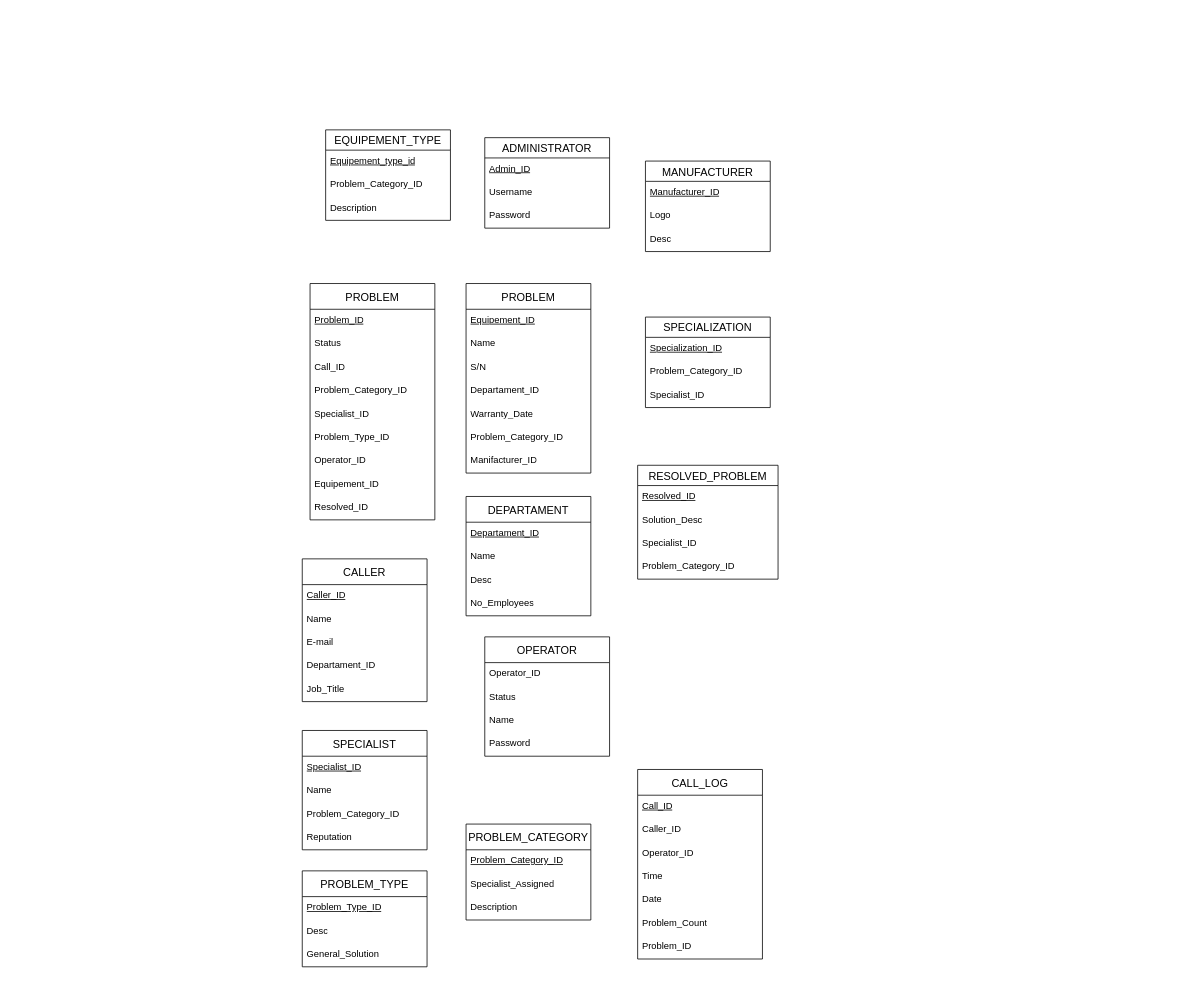
Before: DiagramaER.drawio in a14469oficina/Diagrama, a draw.io diagram. Source tidied: cells renumbered, new cells numbered last; positions are measured from the earlier drawing's top-left corner, leaving out a move shared by most shapes. Both pictures are drawn from the tidied source at 78%, with x=0, y=0 at pixel (302, 129).
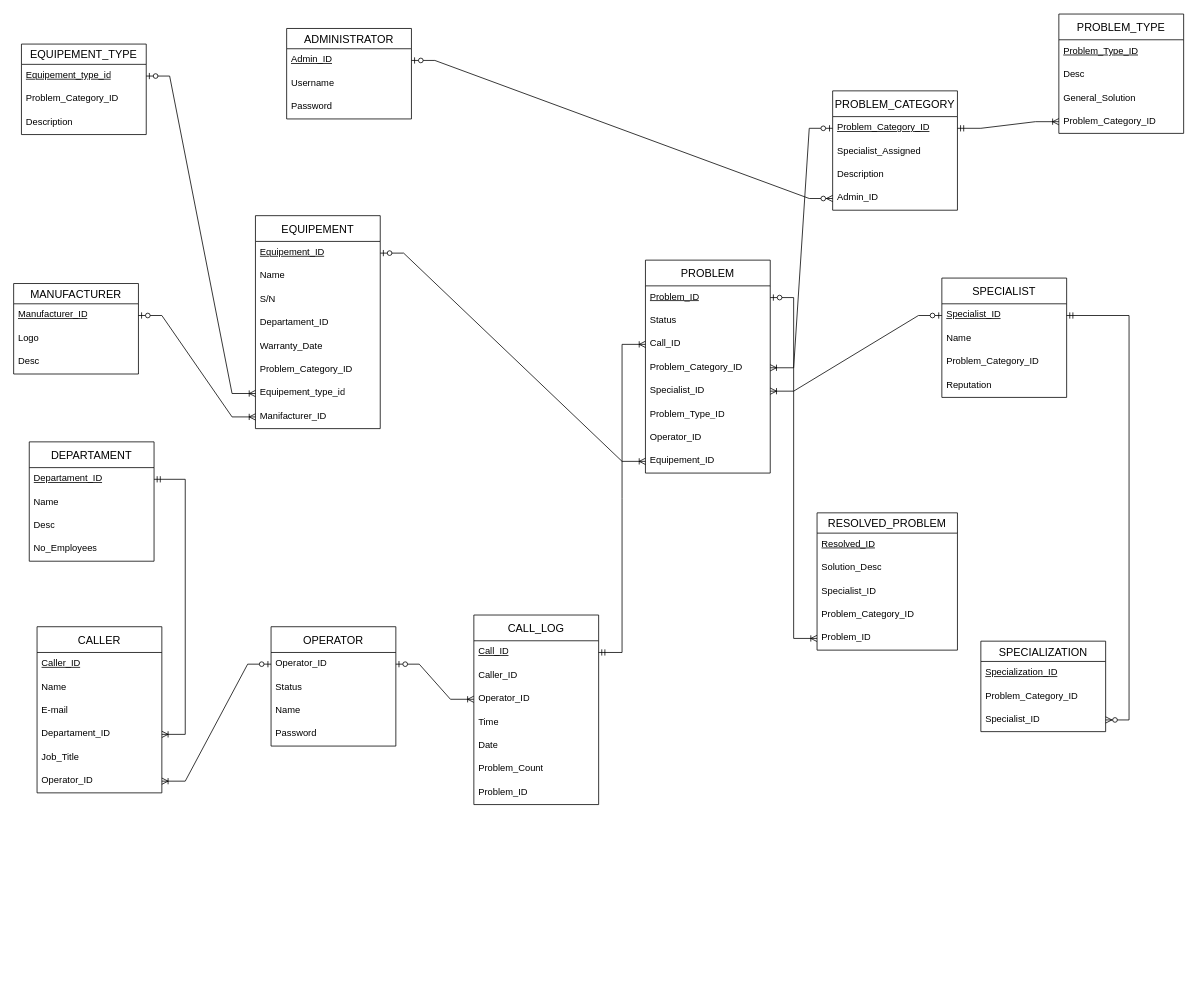
The same diagram, later.

Unchanged cells that the change refers to:
```xml
<mxCell id="3" value="Equipement_type_id" style="text;strokeColor=none;fillColor=none;spacingLeft=4;spacingRight=4;overflow=hidden;points=[[0,0.5],[1,0.5]];portConstraint=eastwest;fontSize=12;whiteSpace=wrap;html=1;fontStyle=4;" parent="2" vertex="1">
  <mxGeometry y="26" width="160" height="30" as="geometry" />
</mxCell>
<mxCell id="7" value="Admin_ID" style="text;strokeColor=none;fillColor=none;spacingLeft=4;spacingRight=4;overflow=hidden;points=[[0,0.5],[1,0.5]];portConstraint=eastwest;fontSize=12;whiteSpace=wrap;html=1;fontStyle=4;" parent="6" vertex="1">
  <mxGeometry y="26" width="160" height="30" as="geometry" />
</mxCell>
<mxCell id="11" value="Manufacturer_ID" style="text;strokeColor=none;fillColor=none;spacingLeft=4;spacingRight=4;overflow=hidden;points=[[0,0.5],[1,0.5]];portConstraint=eastwest;fontSize=12;whiteSpace=wrap;html=1;fontStyle=4;" parent="10" vertex="1">
  <mxGeometry y="26" width="160" height="30" as="geometry" />
</mxCell>
<mxCell id="15" value="Problem_ID" style="text;strokeColor=none;fillColor=none;spacingLeft=4;spacingRight=4;overflow=hidden;points=[[0,0.5],[1,0.5]];portConstraint=eastwest;fontSize=12;whiteSpace=wrap;html=1;fontStyle=4;" parent="14" vertex="1">
  <mxGeometry y="33" width="160" height="30" as="geometry" />
</mxCell>
<mxCell id="17" value="Call_ID" style="text;strokeColor=none;fillColor=none;spacingLeft=4;spacingRight=4;overflow=hidden;points=[[0,0.5],[1,0.5]];portConstraint=eastwest;fontSize=12;whiteSpace=wrap;html=1;" parent="14" vertex="1">
  <mxGeometry y="93" width="160" height="30" as="geometry" />
</mxCell>
<mxCell id="18" value="Problem_Category_ID" style="text;strokeColor=none;fillColor=none;spacingLeft=4;spacingRight=4;overflow=hidden;points=[[0,0.5],[1,0.5]];portConstraint=eastwest;fontSize=12;whiteSpace=wrap;html=1;" parent="14" vertex="1">
  <mxGeometry y="123" width="160" height="30" as="geometry" />
</mxCell>
<mxCell id="19" value="Specialist_ID" style="text;strokeColor=none;fillColor=none;spacingLeft=4;spacingRight=4;overflow=hidden;points=[[0,0.5],[1,0.5]];portConstraint=eastwest;fontSize=12;whiteSpace=wrap;html=1;" parent="14" vertex="1">
  <mxGeometry y="153" width="160" height="30" as="geometry" />
</mxCell>
<mxCell id="22" value="Equipement_ID" style="text;strokeColor=none;fillColor=none;spacingLeft=4;spacingRight=4;overflow=hidden;points=[[0,0.5],[1,0.5]];portConstraint=eastwest;fontSize=12;whiteSpace=wrap;html=1;" parent="14" vertex="1">
  <mxGeometry y="243" width="160" height="30" as="geometry" />
</mxCell>
<mxCell id="27" value="Specialist_ID" style="text;strokeColor=none;fillColor=none;spacingLeft=4;spacingRight=4;overflow=hidden;points=[[0,0.5],[1,0.5]];portConstraint=eastwest;fontSize=12;whiteSpace=wrap;html=1;" parent="24" vertex="1">
  <mxGeometry y="86" width="160" height="30" as="geometry" />
</mxCell>
<mxCell id="34" value="Equipement_ID" style="text;strokeColor=none;fillColor=none;spacingLeft=4;spacingRight=4;overflow=hidden;points=[[0,0.5],[1,0.5]];portConstraint=eastwest;fontSize=12;whiteSpace=wrap;html=1;fontStyle=4;" parent="33" vertex="1">
  <mxGeometry y="33" width="160" height="30" as="geometry" />
</mxCell>
<mxCell id="42" value="Departament_ID" style="text;strokeColor=none;fillColor=none;spacingLeft=4;spacingRight=4;overflow=hidden;points=[[0,0.5],[1,0.5]];portConstraint=eastwest;fontSize=12;whiteSpace=wrap;html=1;fontStyle=4;" parent="41" vertex="1">
  <mxGeometry y="33" width="160" height="30" as="geometry" />
</mxCell>
<mxCell id="50" value="Departament_ID" style="text;strokeColor=none;fillColor=none;spacingLeft=4;spacingRight=4;overflow=hidden;points=[[0,0.5],[1,0.5]];portConstraint=eastwest;fontSize=12;whiteSpace=wrap;html=1;" parent="46" vertex="1">
  <mxGeometry y="123" width="160" height="30" as="geometry" />
</mxCell>
<mxCell id="53" value="Operator_ID" style="text;strokeColor=none;fillColor=none;spacingLeft=4;spacingRight=4;overflow=hidden;points=[[0,0.5],[1,0.5]];portConstraint=eastwest;fontSize=12;whiteSpace=wrap;html=1;fontStyle=0;" parent="52" vertex="1">
  <mxGeometry y="33" width="160" height="30" as="geometry" />
</mxCell>
<mxCell id="58" value="Call_ID" style="text;strokeColor=none;fillColor=none;spacingLeft=4;spacingRight=4;overflow=hidden;points=[[0,0.5],[1,0.5]];portConstraint=eastwest;fontSize=12;whiteSpace=wrap;html=1;fontStyle=4;" parent="57" vertex="1">
  <mxGeometry y="33" width="160" height="30" as="geometry" />
</mxCell>
<mxCell id="60" value="Operator_ID" style="text;strokeColor=none;fillColor=none;spacingLeft=4;spacingRight=4;overflow=hidden;points=[[0,0.5],[1,0.5]];portConstraint=eastwest;fontSize=12;whiteSpace=wrap;html=1;" parent="57" vertex="1">
  <mxGeometry y="93" width="160" height="30" as="geometry" />
</mxCell>
<mxCell id="66" value="Problem_Category_ID" style="text;strokeColor=none;fillColor=none;spacingLeft=4;spacingRight=4;overflow=hidden;points=[[0,0.5],[1,0.5]];portConstraint=eastwest;fontSize=12;whiteSpace=wrap;html=1;fontStyle=4;" parent="65" vertex="1">
  <mxGeometry y="33" width="160" height="30" as="geometry" />
</mxCell>
<mxCell id="70" value="Specialist_ID" style="text;strokeColor=none;fillColor=none;spacingLeft=4;spacingRight=4;overflow=hidden;points=[[0,0.5],[1,0.5]];portConstraint=eastwest;fontSize=12;whiteSpace=wrap;html=1;fontStyle=4;" parent="69" vertex="1">
  <mxGeometry y="33" width="160" height="30" as="geometry" />
</mxCell>
```

Diff of the diagram source:
```diff
@@
     <mxCell id="2" value="EQUIPEMENT_TYPE" style="swimlane;fontStyle=0;horizontal=1;startSize=26;align=center;fontSize=14;" parent="1" vertex="1">
-      <mxGeometry x="30" width="160" height="116" as="geometry" />
+      <mxGeometry x="-360" y="-110" width="160" height="116" as="geometry" />
     </mxCell>
@@
     <mxCell id="6" value="ADMINISTRATOR" style="swimlane;fontStyle=0;horizontal=1;startSize=26;align=center;fontSize=14;" parent="1" vertex="1">
-      <mxGeometry x="234" y="10" width="160" height="116" as="geometry" />
+      <mxGeometry x="-20" y="-130" width="160" height="116" as="geometry" />
     </mxCell>
@@
     <mxCell id="10" value="MANUFACTURER" style="swimlane;fontStyle=0;horizontal=1;startSize=26;align=center;fontSize=14;" parent="1" vertex="1">
-      <mxGeometry x="440" y="40" width="160" height="116" as="geometry" />
+      <mxGeometry x="-370" y="197" width="160" height="116" as="geometry" />
     </mxCell>
@@
     <mxCell id="14" value="PROBLEM" style="swimlane;fontStyle=0;horizontal=1;startSize=33;align=center;fontSize=14;" parent="1" vertex="1">
-      <mxGeometry x="10" y="197" width="160" height="303" as="geometry" />
+      <mxGeometry x="440" y="167" width="160" height="273" as="geometry" />
     </mxCell>
@@
-    <mxCell id="23" value="Resolved_ID" style="text;strokeColor=none;fillColor=none;spacingLeft=4;spacingRight=4;overflow=hidden;fontSize=12;whiteSpace=wrap;html=1;" parent="14" vertex="1">
-      <mxGeometry y="273" width="160" height="30" as="geometry" />
-    </mxCell>
     <mxCell id="24" value="SPECIALIZATION" style="swimlane;fontStyle=0;horizontal=1;startSize=26;align=center;fontSize=14;" parent="1" vertex="1">
-      <mxGeometry x="440" y="240" width="160" height="116" as="geometry" />
+      <mxGeometry x="870" y="655.5" width="160" height="116" as="geometry" />
     </mxCell>
@@
     <mxCell id="28" value="RESOLVED_PROBLEM" style="swimlane;fontStyle=0;horizontal=1;startSize=26;align=center;fontSize=14;" parent="1" vertex="1">
-      <mxGeometry x="430" y="430" width="180" height="146" as="geometry" />
+      <mxGeometry x="660" y="491" width="180" height="176" as="geometry" />
     </mxCell>
@@
+    <mxCell id="78" value="Problem_Category_ID" style="text;strokeColor=none;fillColor=none;spacingLeft=4;spacingRight=4;overflow=hidden;fontSize=12;whiteSpace=wrap;html=1;" parent="28" vertex="1">
+      <mxGeometry y="116" width="180" height="30" as="geometry" />
+    </mxCell>
-    <mxCell id="32" value="Problem_Category_ID" style="text;strokeColor=none;fillColor=none;spacingLeft=4;spacingRight=4;overflow=hidden;points=[[0,0.5],[1,0.5]];portConstraint=eastwest;fontSize=12;whiteSpace=wrap;html=1;" parent="28" vertex="1">
-      <mxGeometry y="116" width="180" height="30" as="geometry" />
+    <mxCell id="32" value="Problem_ID" style="text;strokeColor=none;fillColor=none;spacingLeft=4;spacingRight=4;overflow=hidden;points=[[0,0.5],[1,0.5]];portConstraint=eastwest;fontSize=12;whiteSpace=wrap;html=1;" parent="28" vertex="1">
+      <mxGeometry y="146" width="180" height="30" as="geometry" />
     </mxCell>
-    <mxCell id="33" value="PROBLEM" style="swimlane;fontStyle=0;horizontal=1;startSize=33;align=center;fontSize=14;" parent="1" vertex="1">
-      <mxGeometry x="210" y="197" width="160" height="243" as="geometry" />
+    <mxCell id="33" value="EQUIPEMENT" style="swimlane;fontStyle=0;horizontal=1;startSize=33;align=center;fontSize=14;" parent="1" vertex="1">
+      <mxGeometry x="-60" y="110" width="160" height="273" as="geometry" />
     </mxCell>
@@
+    <mxCell id="79" value="&lt;span style=&quot;&quot;&gt;Equipement_type_id&lt;/span&gt;" style="text;strokeColor=none;fillColor=none;spacingLeft=4;spacingRight=4;overflow=hidden;points=[[0,0.5],[1,0.5]];portConstraint=eastwest;fontSize=12;whiteSpace=wrap;html=1;fontStyle=0;" parent="33" vertex="1">
+      <mxGeometry y="213" width="160" height="30" as="geometry" />
+    </mxCell>
     <mxCell id="40" value="Manifacturer_ID" style="text;strokeColor=none;fillColor=none;spacingLeft=4;spacingRight=4;overflow=hidden;points=[[0,0.5],[1,0.5]];portConstraint=eastwest;fontSize=12;whiteSpace=wrap;html=1;" parent="33" vertex="1">
-      <mxGeometry y="213" width="160" height="30" as="geometry" />
+      <mxGeometry y="243" width="160" height="30" as="geometry" />
     </mxCell>
     <mxCell id="41" value="DEPARTAMENT" style="swimlane;fontStyle=0;horizontal=1;startSize=33;align=center;fontSize=14;" parent="1" vertex="1">
-      <mxGeometry x="210" y="470" width="160" height="153" as="geometry" />
+      <mxGeometry x="-350" y="400" width="160" height="153" as="geometry" />
     </mxCell>
@@
     <mxCell id="46" value="CALLER" style="swimlane;fontStyle=0;horizontal=1;startSize=33;align=center;fontSize=14;" parent="1" vertex="1">
-      <mxGeometry y="550" width="160" height="183" as="geometry" />
+      <mxGeometry x="-340" y="637" width="160" height="213" as="geometry" />
     </mxCell>
@@
+    <mxCell id="80" value="Operator_ID" style="text;strokeColor=none;fillColor=none;spacingLeft=4;spacingRight=4;overflow=hidden;points=[[0,0.5],[1,0.5]];portConstraint=eastwest;fontSize=12;whiteSpace=wrap;html=1;" parent="46" vertex="1">
+      <mxGeometry y="183" width="160" height="30" as="geometry" />
+    </mxCell>
     <mxCell id="52" value="OPERATOR" style="swimlane;fontStyle=0;horizontal=1;startSize=33;align=center;fontSize=14;" parent="1" vertex="1">
-      <mxGeometry x="234" y="650" width="160" height="153" as="geometry" />
+      <mxGeometry x="-40" y="637" width="160" height="153" as="geometry" />
     </mxCell>
@@
     <mxCell id="57" value="CALL_LOG" style="swimlane;fontStyle=0;horizontal=1;startSize=33;align=center;fontSize=14;" parent="1" vertex="1">
-      <mxGeometry x="430" y="820" width="160" height="243" as="geometry" />
+      <mxGeometry x="220" y="622" width="160" height="243" as="geometry" />
     </mxCell>
@@
     <mxCell id="65" value="PROBLEM_CATEGORY" style="swimlane;fontStyle=0;horizontal=1;startSize=33;align=center;fontSize=14;" parent="1" vertex="1">
-      <mxGeometry x="210" y="890" width="160" height="123" as="geometry" />
+      <mxGeometry x="680" y="-50" width="160" height="153" as="geometry" />
     </mxCell>
@@
+    <mxCell id="81" value="Description" style="text;strokeColor=none;fillColor=none;spacingLeft=4;spacingRight=4;overflow=hidden;fontSize=12;whiteSpace=wrap;html=1;" parent="65" vertex="1">
+      <mxGeometry y="93" width="160" height="30" as="geometry" />
+    </mxCell>
-    <mxCell id="68" value="Description" style="text;strokeColor=none;fillColor=none;spacingLeft=4;spacingRight=4;overflow=hidden;points=[[0,0.5],[1,0.5]];portConstraint=eastwest;fontSize=12;whiteSpace=wrap;html=1;" parent="65" vertex="1">
-      <mxGeometry y="93" width="160" height="30" as="geometry" />
+    <mxCell id="68" value="Admin_ID" style="text;strokeColor=none;fillColor=none;spacingLeft=4;spacingRight=4;overflow=hidden;points=[[0,0.5],[1,0.5]];portConstraint=eastwest;fontSize=12;whiteSpace=wrap;html=1;" parent="65" vertex="1">
+      <mxGeometry y="123" width="160" height="30" as="geometry" />
     </mxCell>
     <mxCell id="69" value="SPECIALIST" style="swimlane;fontStyle=0;horizontal=1;startSize=33;align=center;fontSize=14;" parent="1" vertex="1">
-      <mxGeometry y="770" width="160" height="153" as="geometry" />
+      <mxGeometry x="820" y="190" width="160" height="153" as="geometry" />
     </mxCell>
@@
     <mxCell id="74" value="PROBLEM_TYPE" style="swimlane;fontStyle=0;horizontal=1;startSize=33;align=center;fontSize=14;" parent="1" vertex="1">
-      <mxGeometry y="950" width="160" height="123" as="geometry" />
+      <mxGeometry x="970" y="-148.5" width="160" height="153" as="geometry" />
     </mxCell>
@@
+    <mxCell id="82" value="Problem_Category_ID" style="text;strokeColor=none;fillColor=none;spacingLeft=4;spacingRight=4;overflow=hidden;points=[[0,0.5],[1,0.5]];portConstraint=eastwest;fontSize=12;whiteSpace=wrap;html=1;" parent="74" vertex="1">
+      <mxGeometry y="123" width="160" height="30" as="geometry" />
+    </mxCell>
+    <mxCell id="83" style="edgeStyle=entityRelationEdgeStyle;fontSize=12;html=1;endArrow=ERoneToMany;startArrow=ERzeroToOne;rounded=0;" parent="1" edge="1" source="3" target="79">
+      <mxGeometry relative="1" as="geometry">
+        <Array as="points">
+          <mxPoint x="-70" y="470" />
+        </Array>
+      </mxGeometry>
+    </mxCell>
+    <mxCell id="84" style="edgeStyle=entityRelationEdgeStyle;fontSize=12;html=1;endArrow=ERoneToMany;startArrow=ERzeroToOne;rounded=0;" parent="1" edge="1" source="11" target="40">
+      <mxGeometry relative="1" as="geometry" />
+    </mxCell>
+    <mxCell id="85" style="edgeStyle=entityRelationEdgeStyle;fontSize=12;html=1;endArrow=ERoneToMany;startArrow=ERzeroToOne;rounded=0;" parent="1" edge="1" source="34" target="22">
+      <mxGeometry relative="1" as="geometry" />
+    </mxCell>
+    <mxCell id="86" style="edgeStyle=entityRelationEdgeStyle;fontSize=12;html=1;endArrow=ERoneToMany;startArrow=ERzeroToOne;rounded=0;" parent="1" edge="1" source="53" target="80">
+      <mxGeometry relative="1" as="geometry" />
+    </mxCell>
+    <mxCell id="87" style="edgeStyle=entityRelationEdgeStyle;fontSize=12;html=1;endArrow=ERoneToMany;startArrow=ERzeroToOne;rounded=0;" parent="1" edge="1" source="53" target="60">
+      <mxGeometry relative="1" as="geometry" />
+    </mxCell>
+    <mxCell id="88" style="edgeStyle=entityRelationEdgeStyle;fontSize=12;html=1;endArrow=ERzeroToMany;startArrow=ERmandOne;rounded=0;" parent="1" edge="1" source="70" target="27">
+      <mxGeometry relative="1" as="geometry" />
+    </mxCell>
+    <mxCell id="89" style="edgeStyle=entityRelationEdgeStyle;fontSize=12;html=1;endArrow=ERoneToMany;startArrow=ERzeroToOne;rounded=0;" parent="1" edge="1" source="15" target="32">
+      <mxGeometry relative="1" as="geometry" />
+    </mxCell>
+    <mxCell id="90" style="edgeStyle=entityRelationEdgeStyle;fontSize=12;html=1;endArrow=ERoneToMany;startArrow=ERzeroToOne;rounded=0;" parent="1" edge="1" source="66" target="18">
+      <mxGeometry relative="1" as="geometry" />
+    </mxCell>
+    <mxCell id="91" style="edgeStyle=entityRelationEdgeStyle;fontSize=12;html=1;endArrow=ERoneToMany;startArrow=ERmandOne;rounded=0;" parent="1" edge="1" source="66" target="82">
+      <mxGeometry relative="1" as="geometry" />
+    </mxCell>
+    <mxCell id="92" style="edgeStyle=entityRelationEdgeStyle;fontSize=12;html=1;endArrow=ERzeroToMany;startArrow=ERzeroToOne;rounded=0;" parent="1" edge="1" source="7" target="68">
+      <mxGeometry relative="1" as="geometry" />
+    </mxCell>
+    <mxCell id="93" style="edgeStyle=entityRelationEdgeStyle;fontSize=12;html=1;endArrow=ERoneToMany;startArrow=ERmandOne;rounded=0;" parent="1" edge="1" source="42" target="50">
+      <mxGeometry relative="1" as="geometry" />
+    </mxCell>
+    <mxCell id="94" style="edgeStyle=entityRelationEdgeStyle;fontSize=12;html=1;endArrow=ERoneToMany;startArrow=ERmandOne;rounded=0;" parent="1" edge="1" source="58" target="17">
+      <mxGeometry relative="1" as="geometry" />
+    </mxCell>
+    <mxCell id="95" style="edgeStyle=entityRelationEdgeStyle;fontSize=12;html=1;endArrow=ERoneToMany;startArrow=ERzeroToOne;rounded=0;" parent="1" edge="1" source="70" target="19">
+      <mxGeometry relative="1" as="geometry" />
+    </mxCell>
```
